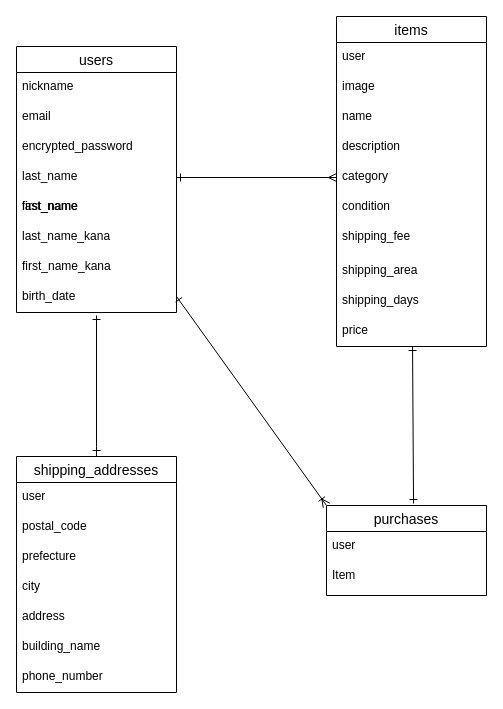
Earlier version of the draw.io diagram ER.dio (canon0826/furima-39903). Source tidied: cells renumbered, new cells numbered last; positions are measured from the earlier drawing's top-left corner, leaving out a move shared by most shapes. Both pictures are drawn from the tidied source at 100%, with x=0, y=0 at pixel (16, 16).
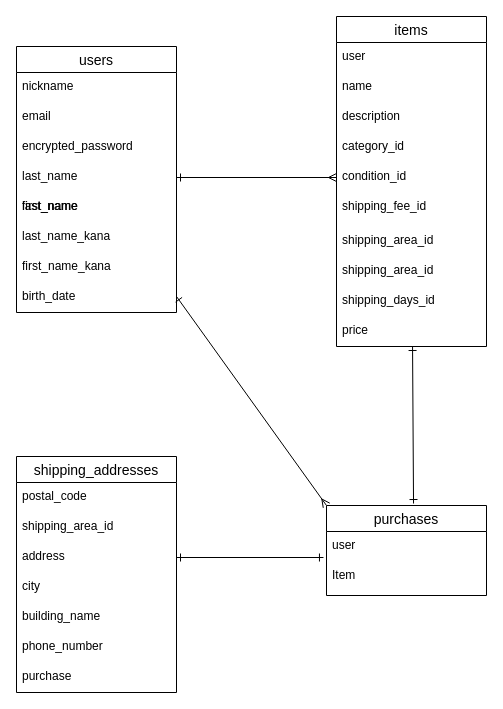
The same page after the edit.

The change refers to these unchanged cells:
```xml
<mxCell id="6" value="last_name" style="text;strokeColor=none;fillColor=none;spacingLeft=4;spacingRight=4;overflow=hidden;points=[[0,0.5],[1,0.5]];portConstraint=eastwest;fontSize=12;" parent="2" vertex="1">
  <mxGeometry y="116" width="160" height="30" as="geometry" />
</mxCell>
<mxCell id="10" value="birth_date" style="text;strokeColor=none;fillColor=none;spacingLeft=4;spacingRight=4;overflow=hidden;points=[[0,0.5],[1,0.5]];portConstraint=eastwest;fontSize=12;" parent="2" vertex="1">
  <mxGeometry y="236" width="160" height="30" as="geometry" />
</mxCell>
<mxCell id="12" value="items" style="swimlane;fontStyle=0;horizontal=1;startSize=26;align=center;fontSize=14;" parent="1" vertex="1">
  <mxGeometry x="320" width="150" height="330" as="geometry" />
</mxCell>
<mxCell id="25" value="shipping_addresses" style="swimlane;fontStyle=0;horizontal=1;startSize=26;align=center;fontSize=14;" parent="1" vertex="1">
  <mxGeometry y="440" width="160" height="236" as="geometry" />
</mxCell>
<mxCell id="34" value="purchases" style="swimlane;fontStyle=0;horizontal=1;startSize=26;align=center;fontSize=14;" parent="1" vertex="1">
  <mxGeometry x="310" y="489" width="160" height="90" as="geometry" />
</mxCell>
<mxCell id="35" value="user" style="text;strokeColor=none;fillColor=none;spacingLeft=4;spacingRight=4;overflow=hidden;points=[[0,0.5],[1,0.5]];portConstraint=eastwest;fontSize=12;" parent="34" vertex="1">
  <mxGeometry y="26" width="160" height="30" as="geometry" />
</mxCell>
```

What changed in the source:
```diff
@@
-    <mxCell id="14" value="image" style="text;strokeColor=none;fillColor=none;spacingLeft=4;spacingRight=4;overflow=hidden;fontSize=12;" parent="12" vertex="1">
-      <mxGeometry y="56" width="150" height="30" as="geometry" />
-    </mxCell>
     <mxCell id="15" value="name" style="text;strokeColor=none;fillColor=none;spacingLeft=4;spacingRight=4;overflow=hidden;fontSize=12;" parent="12" vertex="1">
-      <mxGeometry y="86" width="150" height="30" as="geometry" />
+      <mxGeometry y="56" width="150" height="30" as="geometry" />
     </mxCell>
     <mxCell id="16" value="description" style="text;strokeColor=none;fillColor=none;spacingLeft=4;spacingRight=4;overflow=hidden;fontSize=12;" parent="12" vertex="1">
-      <mxGeometry y="116" width="150" height="30" as="geometry" />
+      <mxGeometry y="86" width="150" height="30" as="geometry" />
     </mxCell>
-    <mxCell id="17" value="category" style="text;strokeColor=none;fillColor=none;spacingLeft=4;spacingRight=4;overflow=hidden;points=[[0,0.5],[1,0.5]];portConstraint=eastwest;fontSize=12;" parent="12" vertex="1">
-      <mxGeometry y="146" width="150" height="30" as="geometry" />
+    <mxCell id="17" value="category_id" style="text;strokeColor=none;fillColor=none;spacingLeft=4;spacingRight=4;overflow=hidden;points=[[0,0.5],[1,0.5]];portConstraint=eastwest;fontSize=12;" parent="12" vertex="1">
+      <mxGeometry y="116" width="150" height="30" as="geometry" />
     </mxCell>
-    <mxCell id="18" value="condition" style="text;strokeColor=none;fillColor=none;spacingLeft=4;spacingRight=4;overflow=hidden;points=[[0,0.5],[1,0.5]];portConstraint=eastwest;fontSize=12;" parent="12" vertex="1">
-      <mxGeometry y="176" width="150" height="30" as="geometry" />
+    <mxCell id="18" value="condition_id" style="text;strokeColor=none;fillColor=none;spacingLeft=4;spacingRight=4;overflow=hidden;points=[[0,0.5],[1,0.5]];portConstraint=eastwest;fontSize=12;" parent="12" vertex="1">
+      <mxGeometry y="146" width="150" height="30" as="geometry" />
     </mxCell>
-    <mxCell id="19" value="shipping_fee" style="text;strokeColor=none;fillColor=none;spacingLeft=4;spacingRight=4;overflow=hidden;fontSize=12;" parent="12" vertex="1">
-      <mxGeometry y="206" width="150" height="34" as="geometry" />
+    <mxCell id="19" value="shipping_fee_id" style="text;strokeColor=none;fillColor=none;spacingLeft=4;spacingRight=4;overflow=hidden;fontSize=12;" parent="12" vertex="1">
+      <mxGeometry y="176" width="150" height="34" as="geometry" />
     </mxCell>
+    <mxCell id="39" value="shipping_area_id" style="text;strokeColor=none;fillColor=none;spacingLeft=4;spacingRight=4;overflow=hidden;fontSize=12;" parent="12" vertex="1">
+      <mxGeometry y="210" width="150" height="30" as="geometry" />
+    </mxCell>
-    <mxCell id="20" value="shipping_area" style="text;strokeColor=none;fillColor=none;spacingLeft=4;spacingRight=4;overflow=hidden;fontSize=12;" parent="12" vertex="1">
+    <mxCell id="20" value="shipping_area_id" style="text;strokeColor=none;fillColor=none;spacingLeft=4;spacingRight=4;overflow=hidden;fontSize=12;" parent="12" vertex="1">
       <mxGeometry y="240" width="150" height="30" as="geometry" />
     </mxCell>
-    <mxCell id="21" value="shipping_days" style="text;strokeColor=none;fillColor=none;spacingLeft=4;spacingRight=4;overflow=hidden;fontSize=12;" parent="12" vertex="1">
+    <mxCell id="21" value="shipping_days_id" style="text;strokeColor=none;fillColor=none;spacingLeft=4;spacingRight=4;overflow=hidden;fontSize=12;" parent="12" vertex="1">
       <mxGeometry y="270" width="150" height="30" as="geometry" />
     </mxCell>
@@
-    <mxCell id="23" style="edgeStyle=none;html=1;entryX=0.5;entryY=1.1;entryDx=0;entryDy=0;entryPerimeter=0;startArrow=none;startFill=0;endArrow=ERone;endFill=0;" parent="1" edge="1" target="10">
-      <mxGeometry relative="1" as="geometry">
-        <mxPoint x="80" y="430" as="sourcePoint" />
-      </mxGeometry>
-    </mxCell>
-    <mxCell id="24" style="edgeStyle=none;html=1;startArrow=none;startFill=0;endArrow=ERone;endFill=0;" parent="1" edge="1" source="25">
-      <mxGeometry relative="1" as="geometry">
-        <mxPoint x="80" y="430" as="targetPoint" />
-      </mxGeometry>
-    </mxCell>
@@
+    <mxCell id="27" value="postal_code" style="text;strokeColor=none;fillColor=none;spacingLeft=4;spacingRight=4;overflow=hidden;fontSize=12;" parent="25" vertex="1">
+      <mxGeometry y="26" width="160" height="30" as="geometry" />
+    </mxCell>
-    <mxCell id="26" value="user" style="text;strokeColor=none;fillColor=none;spacingLeft=4;spacingRight=4;overflow=hidden;fontSize=12;" parent="25" vertex="1">
-      <mxGeometry y="26" width="160" height="30" as="geometry" />
+    <mxCell id="26" value="shipping_area_id" style="text;strokeColor=none;fillColor=none;spacingLeft=4;spacingRight=4;overflow=hidden;fontSize=12;" parent="25" vertex="1">
+      <mxGeometry y="56" width="160" height="30" as="geometry" />
     </mxCell>
-    <mxCell id="27" value="postal_code" style="text;strokeColor=none;fillColor=none;spacingLeft=4;spacingRight=4;overflow=hidden;fontSize=12;" parent="25" vertex="1">
-      <mxGeometry y="56" width="160" height="30" as="geometry" />
-    </mxCell>
-    <mxCell id="28" value="prefecture" style="text;strokeColor=none;fillColor=none;spacingLeft=4;spacingRight=4;overflow=hidden;fontSize=12;" parent="25" vertex="1">
-      <mxGeometry y="86" width="160" height="30" as="geometry" />
-    </mxCell>
+    <mxCell id="30" value="address" style="text;strokeColor=none;fillColor=none;spacingLeft=4;spacingRight=4;overflow=hidden;points=[[0,0.5],[1,0.5]];portConstraint=eastwest;fontSize=12;" parent="25" vertex="1">
+      <mxGeometry y="86" width="160" height="30" as="geometry" />
+    </mxCell>
@@
-    <mxCell id="30" value="address" style="text;strokeColor=none;fillColor=none;spacingLeft=4;spacingRight=4;overflow=hidden;points=[[0,0.5],[1,0.5]];portConstraint=eastwest;fontSize=12;" parent="25" vertex="1">
-      <mxGeometry y="146" width="160" height="30" as="geometry" />
-    </mxCell>
     <mxCell id="31" value="building_name" style="text;strokeColor=none;fillColor=none;spacingLeft=4;spacingRight=4;overflow=hidden;fontSize=12;" parent="25" vertex="1">
-      <mxGeometry y="176" width="160" height="30" as="geometry" />
+      <mxGeometry y="146" width="160" height="30" as="geometry" />
     </mxCell>
     <mxCell id="32" value="phone_number" style="text;strokeColor=none;fillColor=none;spacingLeft=4;spacingRight=4;overflow=hidden;fontSize=12;" parent="25" vertex="1">
-      <mxGeometry y="206" width="160" height="30" as="geometry" />
+      <mxGeometry y="176" width="160" height="30" as="geometry" />
     </mxCell>
+    <mxCell id="28" value="purchase" style="text;strokeColor=none;fillColor=none;spacingLeft=4;spacingRight=4;overflow=hidden;fontSize=12;" parent="25" vertex="1">
+      <mxGeometry y="206" width="160" height="30" as="geometry" />
+    </mxCell>
-    <mxCell id="33" style="edgeStyle=none;html=1;exitX=0;exitY=0;exitDx=0;exitDy=0;startArrow=ERoneToMany;startFill=0;endArrow=ERone;endFill=0;" parent="1" edge="1" source="34">
+    <mxCell id="33" style="edgeStyle=none;html=1;exitX=0;exitY=0;exitDx=0;exitDy=0;startArrow=ERmany;startFill=0;endArrow=ERone;endFill=0;" parent="1" edge="1" source="34">
       <mxGeometry relative="1" as="geometry">
         <mxPoint x="160" y="280" as="targetPoint" />
       </mxGeometry>
     </mxCell>
@@
-    <mxCell id="38" style="edgeStyle=none;html=1;exitX=1;exitY=0.5;exitDx=0;exitDy=0;entryX=0;entryY=0.5;entryDx=0;entryDy=0;startArrow=ERone;startFill=0;endArrow=ERmany;endFill=0;" parent="1" edge="1" source="6" target="17">
+    <mxCell id="38" style="edgeStyle=none;html=1;exitX=1;exitY=0.5;exitDx=0;exitDy=0;entryX=0;entryY=0.5;entryDx=0;entryDy=0;startArrow=ERone;startFill=0;endArrow=ERmany;endFill=0;" parent="1" edge="1" source="6" target="18">
       <mxGeometry relative="1" as="geometry" />
     </mxCell>
+    <mxCell id="40" style="edgeStyle=none;html=1;exitX=1;exitY=0.5;exitDx=0;exitDy=0;entryX=-0.019;entryY=0.867;entryDx=0;entryDy=0;entryPerimeter=0;startArrow=ERone;startFill=0;endArrow=ERone;endFill=0;" parent="1" edge="1" source="30" target="35">
+      <mxGeometry relative="1" as="geometry" />
+    </mxCell>
```
